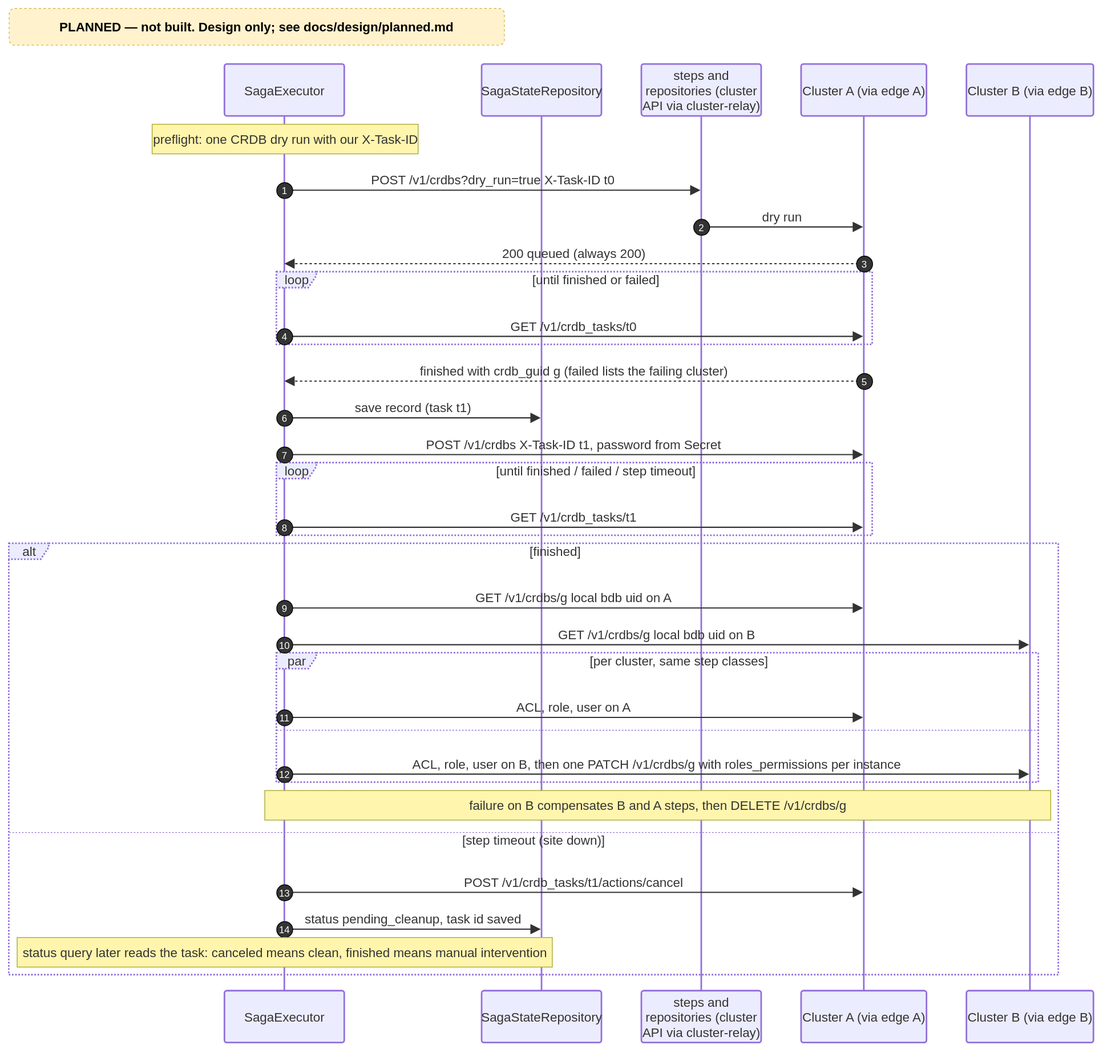
Before: docs/diagrams/planned/p1-seq-create-active-active.drawio.svg, a diagram exported from draw.io (EliShteinman/redis-enterprise-services). Source tidied: cells renumbered, new cells last; positions are measured from the earlier drawing's top-left corner, leaving out a move shared by most shapes.
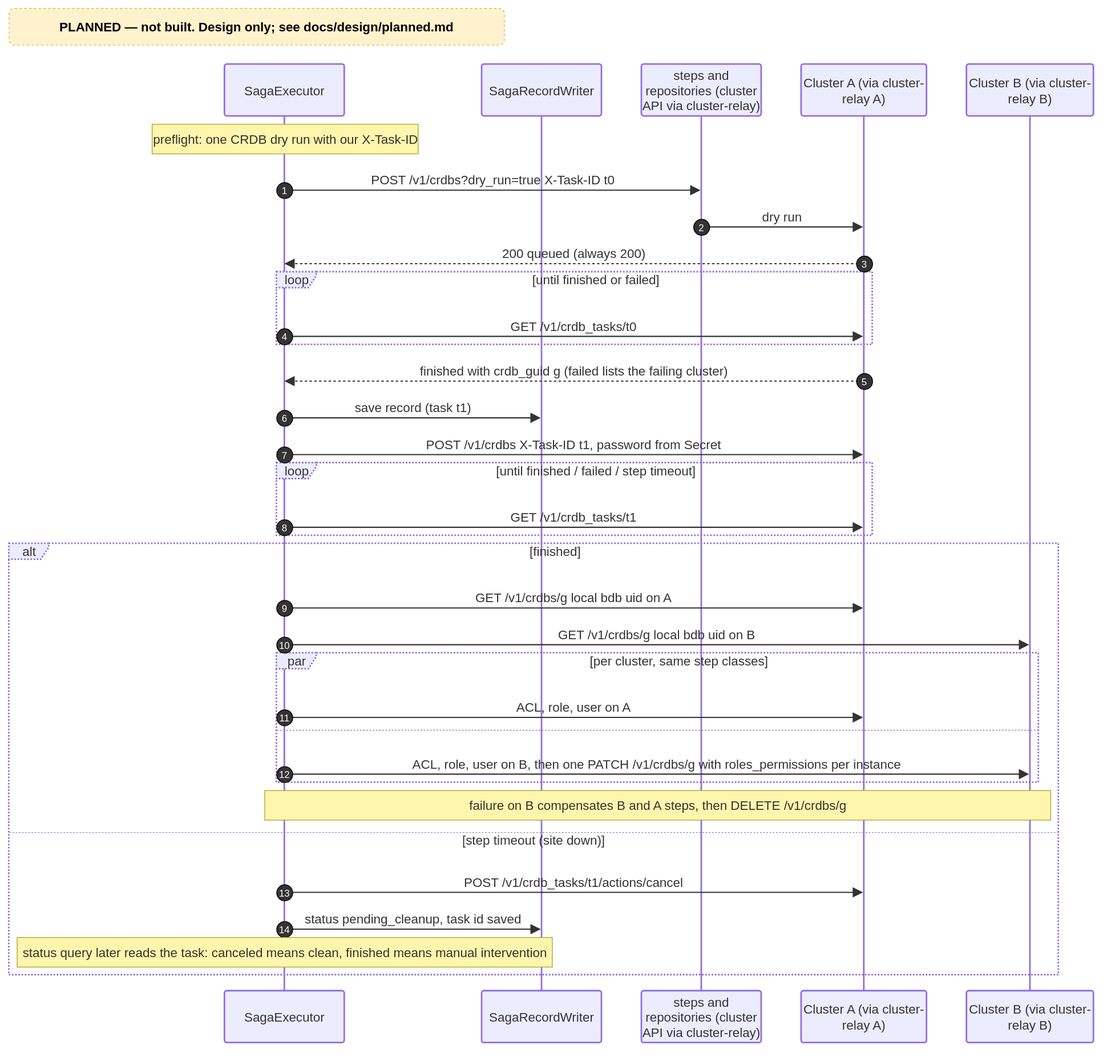
After the commit.

Diff of the diagram source:
```diff
@@ -5,16 +5,16 @@
     <mxCell id="2" value="SagaExecutor" style="html=1;shape=umlLifeline;perimeter=lifelinePerimeter;whiteSpace=wrap;outlineConnect=0;portConstraint=eastwest;newEdgeStyle={&quot;edgeStyle&quot;:&quot;sequenceEdgeStyle&quot;,&quot;libavoidRouting&quot;:0,&quot;curved&quot;:0,&quot;rounded&quot;:0};lifelineDashed=0;strokeWidth=2;rounded=1;absoluteArcSize=1;arcSize=6;lifelineColor=light-dark(#9370DB,#cccccc);size=65;lifelineMirror=1;fillColor=light-dark(#ECECFF,#1f2020);strokeColor=light-dark(#9370DB,#cccccc);fontColor=light-dark(#333333,#cccccc);fontFamily=Trebuchet MS,Verdana,Arial,sans-serif;fontSize=16;" parent="1" vertex="1">
       <mxGeometry x="270" y="70" width="150" height="1225" as="geometry" />
     </mxCell>
-    <mxCell id="3" value="SagaStateRepository" style="html=1;shape=umlLifeline;perimeter=lifelinePerimeter;whiteSpace=wrap;outlineConnect=0;portConstraint=eastwest;newEdgeStyle={&quot;edgeStyle&quot;:&quot;sequenceEdgeStyle&quot;,&quot;libavoidRouting&quot;:0,&quot;curved&quot;:0,&quot;rounded&quot;:0};lifelineDashed=0;strokeWidth=2;rounded=1;absoluteArcSize=1;arcSize=6;lifelineColor=light-dark(#9370DB,#cccccc);size=65;lifelineMirror=1;fillColor=light-dark(#ECECFF,#1f2020);strokeColor=light-dark(#9370DB,#cccccc);fontColor=light-dark(#333333,#cccccc);fontFamily=Trebuchet MS,Verdana,Arial,sans-serif;fontSize=16;" parent="1" vertex="1">
+    <mxCell id="3" value="SagaRecordWriter" style="html=1;shape=umlLifeline;perimeter=lifelinePerimeter;whiteSpace=wrap;outlineConnect=0;portConstraint=eastwest;newEdgeStyle={&quot;edgeStyle&quot;:&quot;sequenceEdgeStyle&quot;,&quot;libavoidRouting&quot;:0,&quot;curved&quot;:0,&quot;rounded&quot;:0};lifelineDashed=0;strokeWidth=2;rounded=1;absoluteArcSize=1;arcSize=6;lifelineColor=light-dark(#9370DB,#cccccc);size=65;lifelineMirror=1;fillColor=light-dark(#ECECFF,#1f2020);strokeColor=light-dark(#9370DB,#cccccc);fontColor=light-dark(#333333,#cccccc);fontFamily=Trebuchet MS,Verdana,Arial,sans-serif;fontSize=16;" parent="1" vertex="1">
       <mxGeometry x="592" y="70" width="150" height="1225" as="geometry" />
     </mxCell>
     <mxCell id="4" value="steps and repositories (cluster API via cluster-relay)" style="html=1;shape=umlLifeline;perimeter=lifelinePerimeter;whiteSpace=wrap;outlineConnect=0;portConstraint=eastwest;newEdgeStyle={&quot;edgeStyle&quot;:&quot;sequenceEdgeStyle&quot;,&quot;libavoidRouting&quot;:0,&quot;curved&quot;:0,&quot;rounded&quot;:0};lifelineDashed=0;strokeWidth=2;rounded=1;absoluteArcSize=1;arcSize=6;lifelineColor=light-dark(#9370DB,#cccccc);size=65;lifelineMirror=1;fillColor=light-dark(#ECECFF,#1f2020);strokeColor=light-dark(#9370DB,#cccccc);fontColor=light-dark(#333333,#cccccc);fontFamily=Trebuchet MS,Verdana,Arial,sans-serif;fontSize=16;" parent="1" vertex="1">
       <mxGeometry x="792" y="70" width="150" height="1225" as="geometry" />
     </mxCell>
-    <mxCell id="5" value="Cluster A (via edge A)" style="html=1;shape=umlLifeline;perimeter=lifelinePerimeter;whiteSpace=wrap;outlineConnect=0;portConstraint=eastwest;newEdgeStyle={&quot;edgeStyle&quot;:&quot;sequenceEdgeStyle&quot;,&quot;libavoidRouting&quot;:0,&quot;curved&quot;:0,&quot;rounded&quot;:0};lifelineDashed=0;strokeWidth=2;rounded=1;absoluteArcSize=1;arcSize=6;lifelineColor=light-dark(#9370DB,#cccccc);size=65;lifelineMirror=1;fillColor=light-dark(#ECECFF,#1f2020);strokeColor=light-dark(#9370DB,#cccccc);fontColor=light-dark(#333333,#cccccc);fontFamily=Trebuchet MS,Verdana,Arial,sans-serif;fontSize=16;" parent="1" vertex="1">
+    <mxCell id="5" value="Cluster A (via cluster-relay A)" style="html=1;shape=umlLifeline;perimeter=lifelinePerimeter;whiteSpace=wrap;outlineConnect=0;portConstraint=eastwest;newEdgeStyle={&quot;edgeStyle&quot;:&quot;sequenceEdgeStyle&quot;,&quot;libavoidRouting&quot;:0,&quot;curved&quot;:0,&quot;rounded&quot;:0};lifelineDashed=0;strokeWidth=2;rounded=1;absoluteArcSize=1;arcSize=6;lifelineColor=light-dark(#9370DB,#cccccc);size=65;lifelineMirror=1;fillColor=light-dark(#ECECFF,#1f2020);strokeColor=light-dark(#9370DB,#cccccc);fontColor=light-dark(#333333,#cccccc);fontFamily=Trebuchet MS,Verdana,Arial,sans-serif;fontSize=16;" parent="1" vertex="1">
       <mxGeometry x="992" y="70" width="157" height="1225" as="geometry" />
     </mxCell>
-    <mxCell id="6" value="Cluster B (via edge B)" style="html=1;shape=umlLifeline;perimeter=lifelinePerimeter;whiteSpace=wrap;outlineConnect=0;portConstraint=eastwest;newEdgeStyle={&quot;edgeStyle&quot;:&quot;sequenceEdgeStyle&quot;,&quot;libavoidRouting&quot;:0,&quot;curved&quot;:0,&quot;rounded&quot;:0};lifelineDashed=0;strokeWidth=2;rounded=1;absoluteArcSize=1;arcSize=6;lifelineColor=light-dark(#9370DB,#cccccc);size=65;lifelineMirror=1;fillColor=light-dark(#ECECFF,#1f2020);strokeColor=light-dark(#9370DB,#cccccc);fontColor=light-dark(#333333,#cccccc);fontFamily=Trebuchet MS,Verdana,Arial,sans-serif;fontSize=16;" parent="1" vertex="1">
+    <mxCell id="6" value="Cluster B (via cluster-relay B)" style="html=1;shape=umlLifeline;perimeter=lifelinePerimeter;whiteSpace=wrap;outlineConnect=0;portConstraint=eastwest;newEdgeStyle={&quot;edgeStyle&quot;:&quot;sequenceEdgeStyle&quot;,&quot;libavoidRouting&quot;:0,&quot;curved&quot;:0,&quot;rounded&quot;:0};lifelineDashed=0;strokeWidth=2;rounded=1;absoluteArcSize=1;arcSize=6;lifelineColor=light-dark(#9370DB,#cccccc);size=65;lifelineMirror=1;fillColor=light-dark(#ECECFF,#1f2020);strokeColor=light-dark(#9370DB,#cccccc);fontColor=light-dark(#333333,#cccccc);fontFamily=Trebuchet MS,Verdana,Arial,sans-serif;fontSize=16;" parent="1" vertex="1">
       <mxGeometry x="1199" y="70" width="159" height="1225" as="geometry" />
     </mxCell>
     <mxCell id="7" value="loop" style="html=1;shape=umlFrame;dashed=1;fixDash=1;dashPattern=2 2;strokeWidth=2;fillColor=light-dark(#ECECFF,#1f2020);strokeColor=light-dark(#9370DB,#cccccc);fontSize=16;align=center;verticalAlign=middle;fontFamily=Trebuchet MS,Verdana,Arial,sans-serif;fontColor=light-dark(#333333,#cccccc);height=20;width=50;" parent="1" vertex="1">
```
